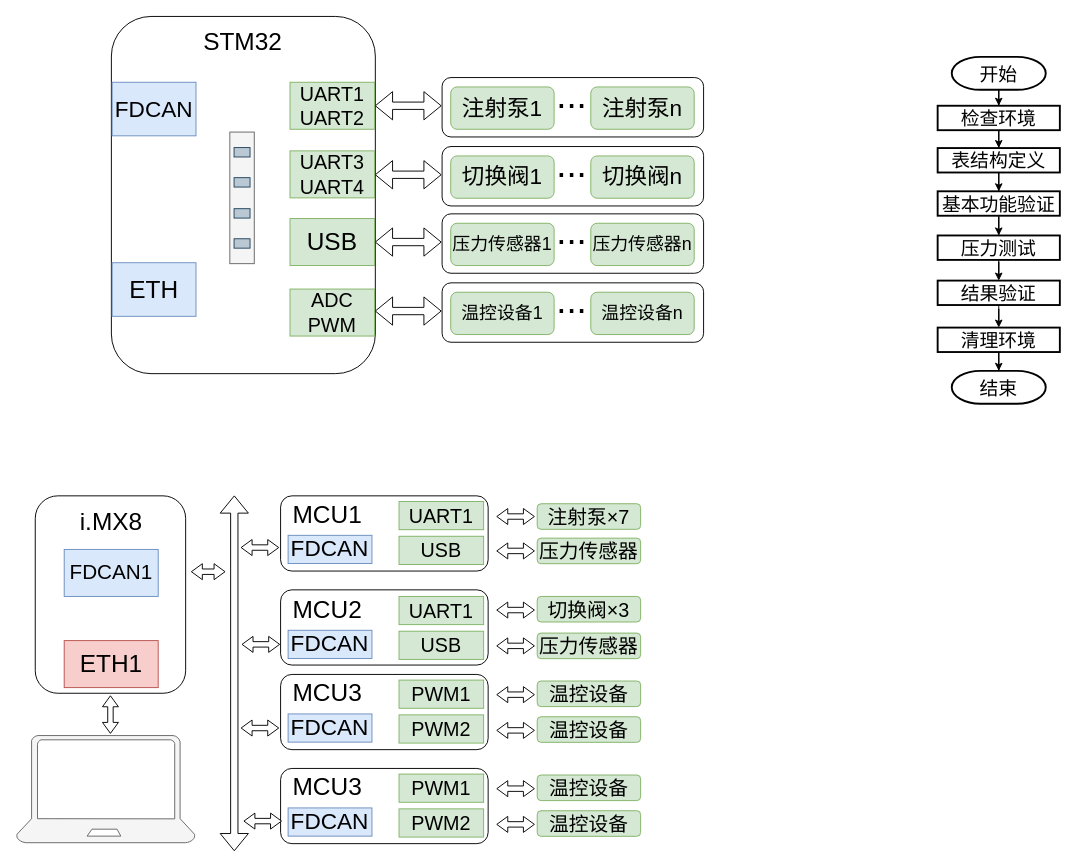
This is 第六章绘图.drawio from madao101/draw, a draw.io file, before an edit. Source tidied: cells renumbered, new cells numbered last; positions are measured from the earlier drawing's top-left corner, leaving out a move shared by most shapes. Both pictures are drawn from the tidied source at 94%, with x=0, y=0 at pixel (16, 16).
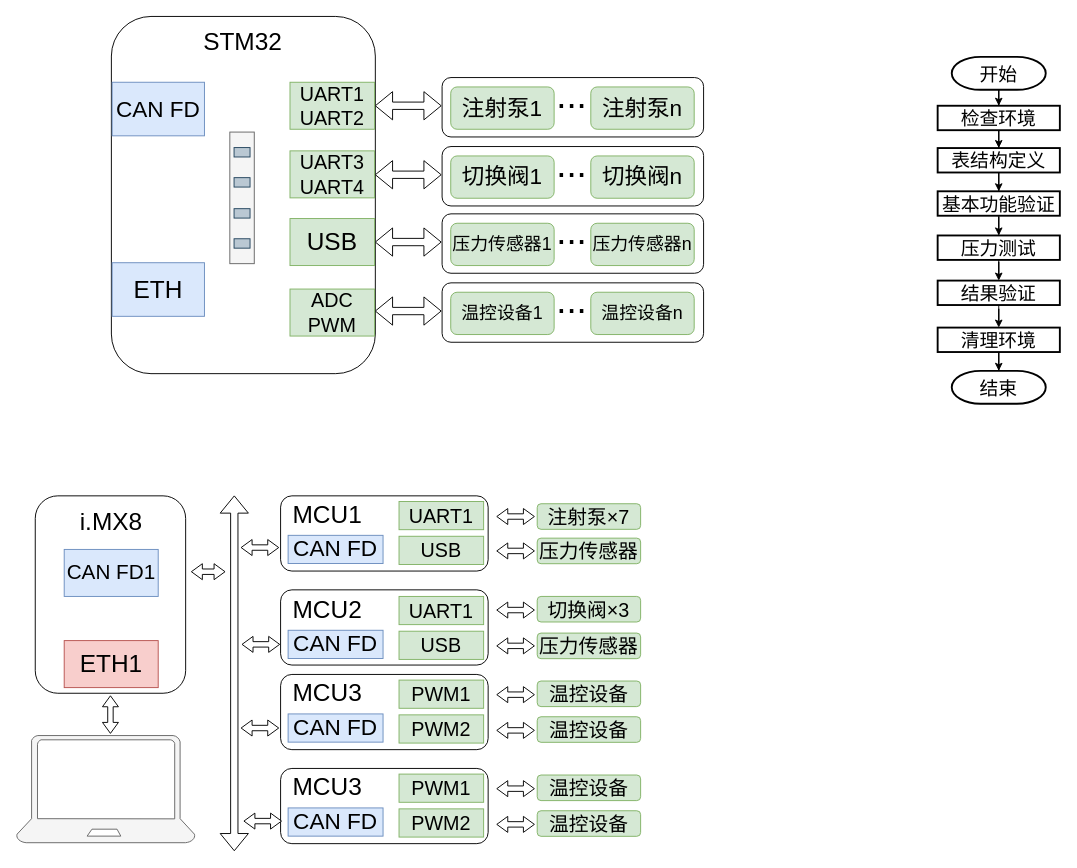
Above is the later version.

Commit message:
更新第六章绘图.drawio

What changed in the source:
```diff
@@
-    <mxCell id="6" value="FDCAN1" style="rounded=0;whiteSpace=wrap;html=1;fillColor=#dae8fc;strokeColor=#6c8ebf;gradientColor=none;fontSize=22;" parent="1" vertex="1">
+    <mxCell id="6" value="CAN FD1" style="rounded=0;whiteSpace=wrap;html=1;fillColor=#dae8fc;strokeColor=#6c8ebf;gradientColor=none;fontSize=22;" parent="1" vertex="1">
       <mxGeometry x="50.8" y="567" width="100" height="50" as="geometry" />
     </mxCell>
@@
-    <mxCell id="10" value="FDCAN" style="rounded=0;whiteSpace=wrap;html=1;fillColor=#dae8fc;strokeColor=#6c8ebf;gradientColor=none;fontSize=24;" parent="1" vertex="1">
-      <mxGeometry x="101.8" y="70" width="89.2" height="57" as="geometry" />
+    <mxCell id="10" value="CAN FD" style="rounded=0;whiteSpace=wrap;html=1;fillColor=#dae8fc;strokeColor=#6c8ebf;gradientColor=none;fontSize=24;" parent="1" vertex="1">
+      <mxGeometry x="101.8" y="70" width="98.2" height="57" as="geometry" />
     </mxCell>
@@
     <mxCell id="12" value="&lt;font style=&quot;font-size: 26px;&quot;&gt;ETH&lt;/font&gt;" style="rounded=0;whiteSpace=wrap;html=1;fillColor=#dae8fc;strokeColor=#6c8ebf;" parent="1" vertex="1">
-      <mxGeometry x="101.8" y="262" width="89.2" height="57" as="geometry" />
+      <mxGeometry x="101.8" y="262" width="98.2" height="57" as="geometry" />
     </mxCell>
@@
-    <mxCell id="72" value="FDCAN" style="rounded=0;whiteSpace=wrap;html=1;fillColor=#dae8fc;strokeColor=#6c8ebf;gradientColor=none;fontSize=24;" parent="1" vertex="1">
-      <mxGeometry x="289" y="653" width="89.2" height="30" as="geometry" />
+    <mxCell id="72" value="CAN FD" style="rounded=0;whiteSpace=wrap;html=1;fillColor=#dae8fc;strokeColor=#6c8ebf;gradientColor=none;fontSize=24;" parent="1" vertex="1">
+      <mxGeometry x="289" y="653" width="101" height="30" as="geometry" />
     </mxCell>
-    <mxCell id="73" value="FDCAN" style="rounded=0;whiteSpace=wrap;html=1;fillColor=#dae8fc;strokeColor=#6c8ebf;gradientColor=none;fontSize=24;" parent="1" vertex="1">
-      <mxGeometry x="289" y="552" width="89.2" height="30" as="geometry" />
+    <mxCell id="73" value="CAN FD" style="rounded=0;whiteSpace=wrap;html=1;fillColor=#dae8fc;strokeColor=#6c8ebf;gradientColor=none;fontSize=24;" parent="1" vertex="1">
+      <mxGeometry x="289" y="552" width="101" height="30" as="geometry" />
     </mxCell>
@@
-    <mxCell id="77" value="FDCAN" style="rounded=0;whiteSpace=wrap;html=1;fillColor=#dae8fc;strokeColor=#6c8ebf;gradientColor=none;fontSize=24;" parent="1" vertex="1">
-      <mxGeometry x="289" y="742" width="89.2" height="30" as="geometry" />
+    <mxCell id="77" value="CAN FD" style="rounded=0;whiteSpace=wrap;html=1;fillColor=#dae8fc;strokeColor=#6c8ebf;gradientColor=none;fontSize=24;" parent="1" vertex="1">
+      <mxGeometry x="289" y="742" width="101" height="30" as="geometry" />
     </mxCell>
@@
-    <mxCell id="82" value="FDCAN" style="rounded=0;whiteSpace=wrap;html=1;fillColor=#dae8fc;strokeColor=#6c8ebf;gradientColor=none;fontSize=24;" parent="1" vertex="1">
-      <mxGeometry x="289" y="842" width="89.2" height="30" as="geometry" />
+    <mxCell id="82" value="CAN FD" style="rounded=0;whiteSpace=wrap;html=1;fillColor=#dae8fc;strokeColor=#6c8ebf;gradientColor=none;fontSize=24;" parent="1" vertex="1">
+      <mxGeometry x="289" y="842" width="101" height="30" as="geometry" />
     </mxCell>
```
